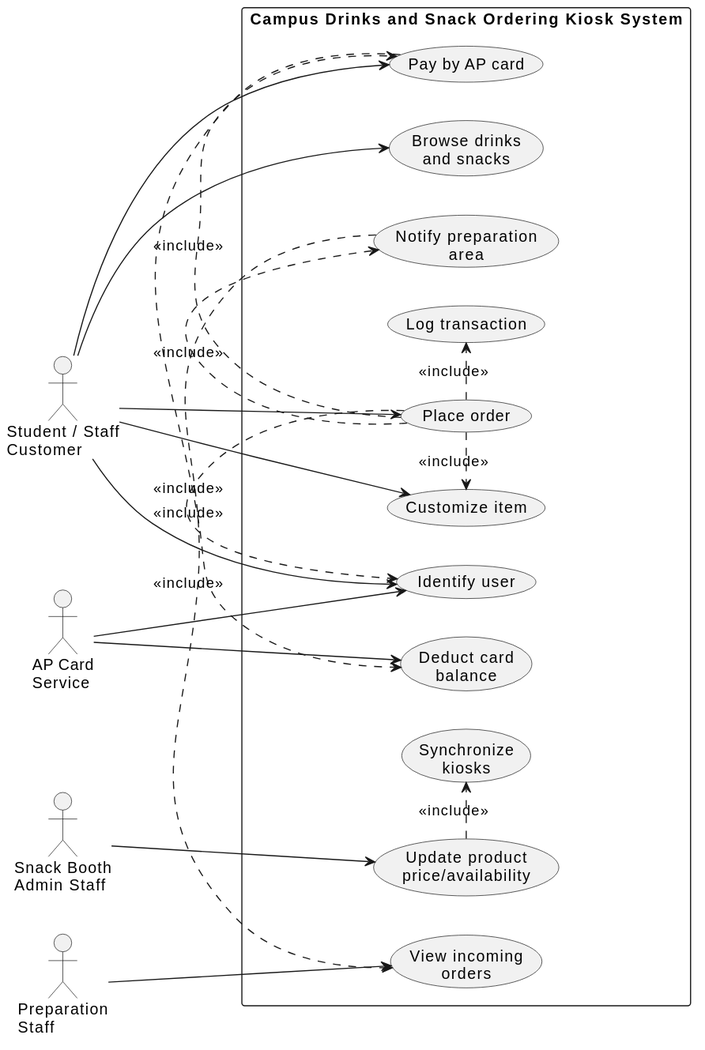
Earlier version of the PlantUML export diagrams/rendered/01-use-case.svg (Avernum33/UML_OMU_mini_project).
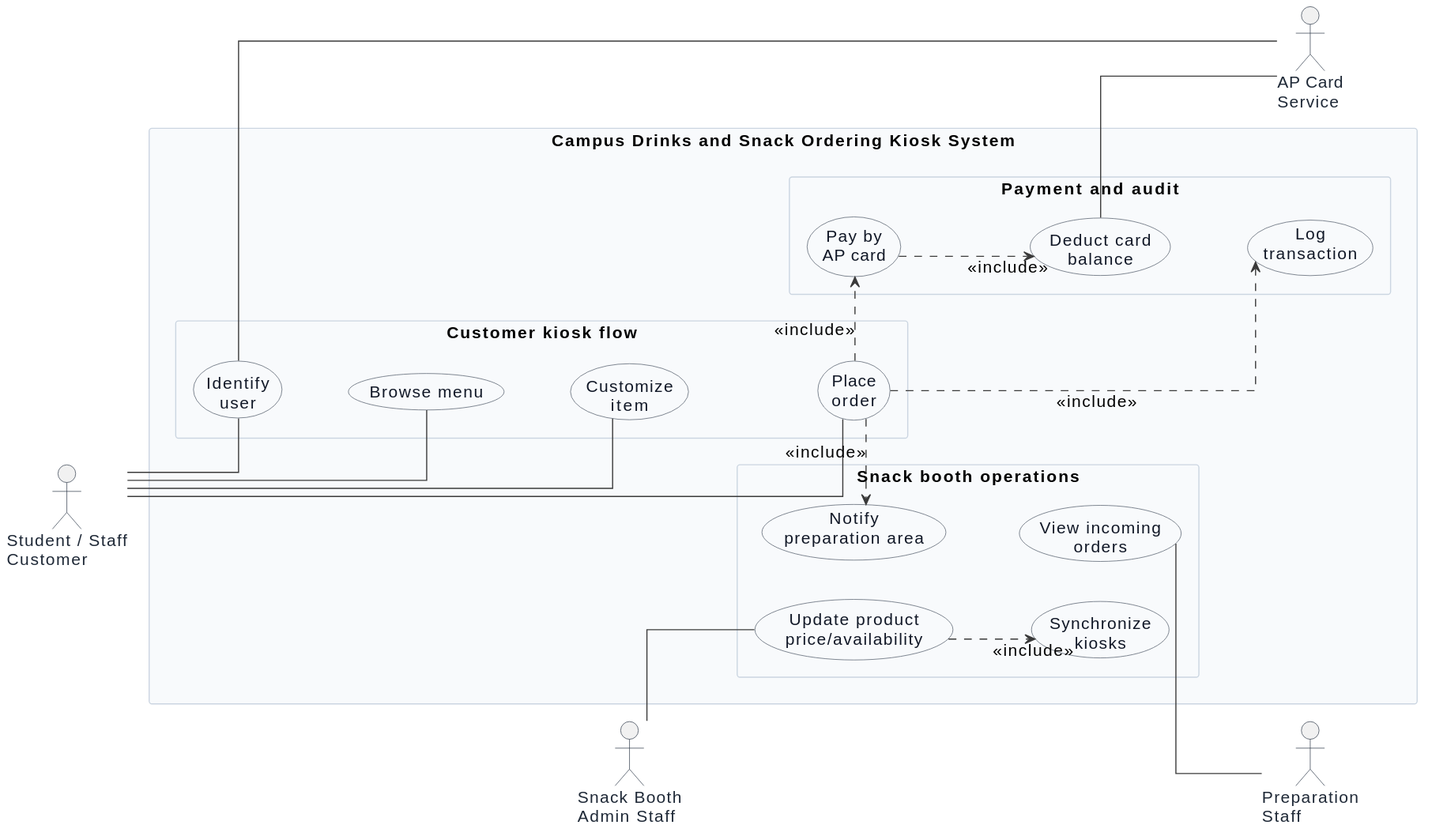
Above is the later version.

Commit message:
Improve use case diagram readability

Change to the diagram source:
```diff
@@ -2,45 +2,72 @@
 left to right direction
 skinparam packageStyle rectangle
 skinparam shadowing false
+skinparam linetype ortho
+skinparam ArrowColor #3A3A3A
+skinparam ActorBorderColor #2F3A4A
+skinparam ActorFontColor #1F2937
+skinparam UsecaseBorderColor #4B5563
+skinparam UsecaseBackgroundColor #F8FAFC
+skinparam UsecaseFontColor #111827
+skinparam RectangleBorderColor #94A3B8
+skinparam RectangleBackgroundColor #FFFFFF
+skinparam packageBorderColor #CBD5E1
+skinparam packageBackgroundColor #F8FAFC
+skinparam defaultFontName Arial
+skinparam defaultFontSize 15
 
 actor "Student / Staff\nCustomer" as Customer
 actor "Snack Booth\nAdmin Staff" as Admin
+actor "AP Card\nService" as CardService
 actor "Preparation\nStaff" as Prep
-actor "AP Card\nService" as CardService
 
 rectangle "Campus Drinks and Snack Ordering Kiosk System" {
-  usecase "Identify user" as UC1
-  usecase "Browse drinks\nand snacks" as UC2
-  usecase "Customize item" as UC3
-  usecase "Place order" as UC4
-  usecase "Pay by AP card" as UC5
-  usecase "Deduct card\nbalance" as UC6
-  usecase "Notify preparation\narea" as UC7
-  usecase "Log transaction" as UC8
-  usecase "Update product\nprice/availability" as UC9
-  usecase "Synchronize\nkiosks" as UC10
-  usecase "View incoming\norders" as UC11
+  rectangle "Customer kiosk flow" {
+    usecase "Identify\nuser" as UC_IDENT
+    usecase "Browse menu" as UC_BROWSE
+    usecase "Customize\nitem" as UC_CUSTOMIZE
+    usecase "Place\norder" as UC_PLACE
+
+    UC_IDENT -[hidden]down- UC_BROWSE
+    UC_BROWSE -[hidden]down- UC_CUSTOMIZE
+    UC_CUSTOMIZE -[hidden]down- UC_PLACE
+  }
+
+  rectangle "Payment and audit" {
+    usecase "Pay by\nAP card" as UC_PAY
+    usecase "Deduct card\nbalance" as UC_DEDUCT
+    usecase "Log\ntransaction" as UC_LOG
+
+    UC_PAY -[hidden]down- UC_DEDUCT
+    UC_DEDUCT -[hidden]down- UC_LOG
+  }
+
+  rectangle "Snack booth operations" {
+    usecase "Notify\npreparation area" as UC_NOTIFY
+    usecase "View incoming\norders" as UC_VIEW
+    usecase "Update product\nprice/availability" as UC_UPDATE
+    usecase "Synchronize\nkiosks" as UC_SYNC
+
+    UC_NOTIFY -[hidden]down- UC_VIEW
+    UC_UPDATE -[hidden]down- UC_SYNC
+  }
 }
 
-Customer --> UC1
-Customer --> UC2
-Customer --> UC3
-Customer --> UC4
-Customer --> UC5
+Customer -- UC_IDENT
+Customer -- UC_BROWSE
+Customer -- UC_CUSTOMIZE
+Customer -- UC_PLACE
 
-UC4 .> UC1 : <<include>>
-UC4 .> UC3 : <<include>>
-UC4 .> UC5 : <<include>>
-UC4 .> UC7 : <<include>>
-UC4 .> UC8 : <<include>>
-UC5 .> UC6 : <<include>>
+UC_PLACE .> UC_PAY : <<include>>
+UC_PLACE .> UC_NOTIFY : <<include>>
+UC_PLACE .> UC_LOG : <<include>>
+UC_PAY .> UC_DEDUCT : <<include>>
 
-CardService --> UC1
-CardService --> UC6
+UC_IDENT -- CardService
+UC_DEDUCT -- CardService
 
-Admin --> UC9
-UC9 .> UC10 : <<include>>
+Admin -- UC_UPDATE
+UC_UPDATE .> UC_SYNC : <<include>>
 
-Prep --> UC11
-UC7 .> UC11 : <<include>>
+UC_VIEW -- Prep
 @enduml
```
